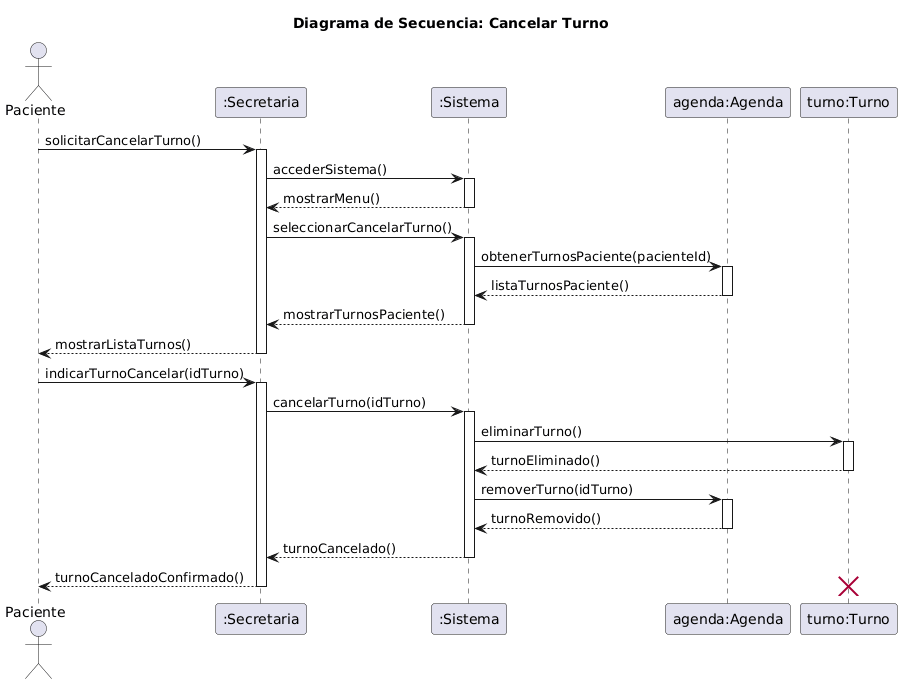
Above: diagramas/05-diagramas-secuencia/05-secuencia-cancelar-turno-cancelar-turno-02.png in FacundoGuiraldes/SistemaTurnosMedicos (PlantUML), before the change. Its diagram source:
```plantuml
@startuml
title Diagrama de Secuencia: Cancelar Turno

actor Paciente
participant ":Secretaria" as secretaria
participant ":Sistema" as sistema
participant "agenda:Agenda" as agenda
participant "turno:Turno" as turno

Paciente -> secretaria: solicitarCancelarTurno()
activate secretaria
secretaria -> sistema: accederSistema()
activate sistema
sistema --> secretaria: mostrarMenu()
deactivate sistema
secretaria -> sistema: seleccionarCancelarTurno()
activate sistema
sistema -> agenda: obtenerTurnosPaciente(pacienteId)
activate agenda
agenda --> sistema: listaTurnosPaciente()
deactivate agenda
sistema --> secretaria: mostrarTurnosPaciente()
deactivate sistema
secretaria --> Paciente: mostrarListaTurnos()
deactivate secretaria

Paciente -> secretaria: indicarTurnoCancelar(idTurno)
activate secretaria
secretaria -> sistema: cancelarTurno(idTurno)
activate sistema
sistema -> turno: eliminarTurno()
activate turno
turno --> sistema: turnoEliminado()
deactivate turno
sistema -> agenda: removerTurno(idTurno)
activate agenda
agenda --> sistema: turnoRemovido()
deactivate agenda
sistema --> secretaria: turnoCancelado()
deactivate sistema
secretaria --> Paciente: turnoCanceladoConfirmado()
deactivate secretaria

destroy turno
@enduml
```
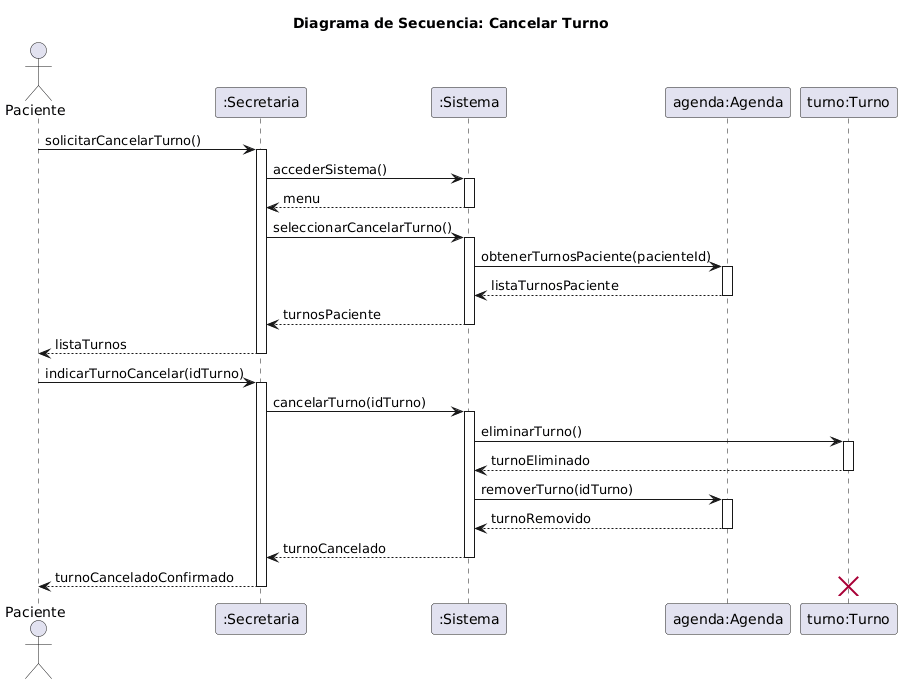
The same file after the commit.

Commit message:
Fix RC11: Elimina formato de método con paréntesis en los mensajes de retorno en CU Cancelar Turno

What changed in the source:
```diff
@@ -11,17 +11,17 @@
 activate secretaria
 secretaria -> sistema: accederSistema()
 activate sistema
-sistema --> secretaria: mostrarMenu()
+sistema --> secretaria: menu
 deactivate sistema
 secretaria -> sistema: seleccionarCancelarTurno()
 activate sistema
 sistema -> agenda: obtenerTurnosPaciente(pacienteId)
 activate agenda
-agenda --> sistema: listaTurnosPaciente()
+agenda --> sistema: listaTurnosPaciente
 deactivate agenda
-sistema --> secretaria: mostrarTurnosPaciente()
+sistema --> secretaria: turnosPaciente
 deactivate sistema
-secretaria --> Paciente: mostrarListaTurnos()
+secretaria --> Paciente: listaTurnos
 deactivate secretaria
 
 Paciente -> secretaria: indicarTurnoCancelar(idTurno)
@@ -30,15 +30,15 @@
 activate sistema
 sistema -> turno: eliminarTurno()
 activate turno
-turno --> sistema: turnoEliminado()
+turno --> sistema: turnoEliminado
 deactivate turno
 sistema -> agenda: removerTurno(idTurno)
 activate agenda
-agenda --> sistema: turnoRemovido()
+agenda --> sistema: turnoRemovido
 deactivate agenda
-sistema --> secretaria: turnoCancelado()
+sistema --> secretaria: turnoCancelado
 deactivate sistema
-secretaria --> Paciente: turnoCanceladoConfirmado()
+secretaria --> Paciente: turnoCanceladoConfirmado
 deactivate secretaria
 
 destroy turno
```
